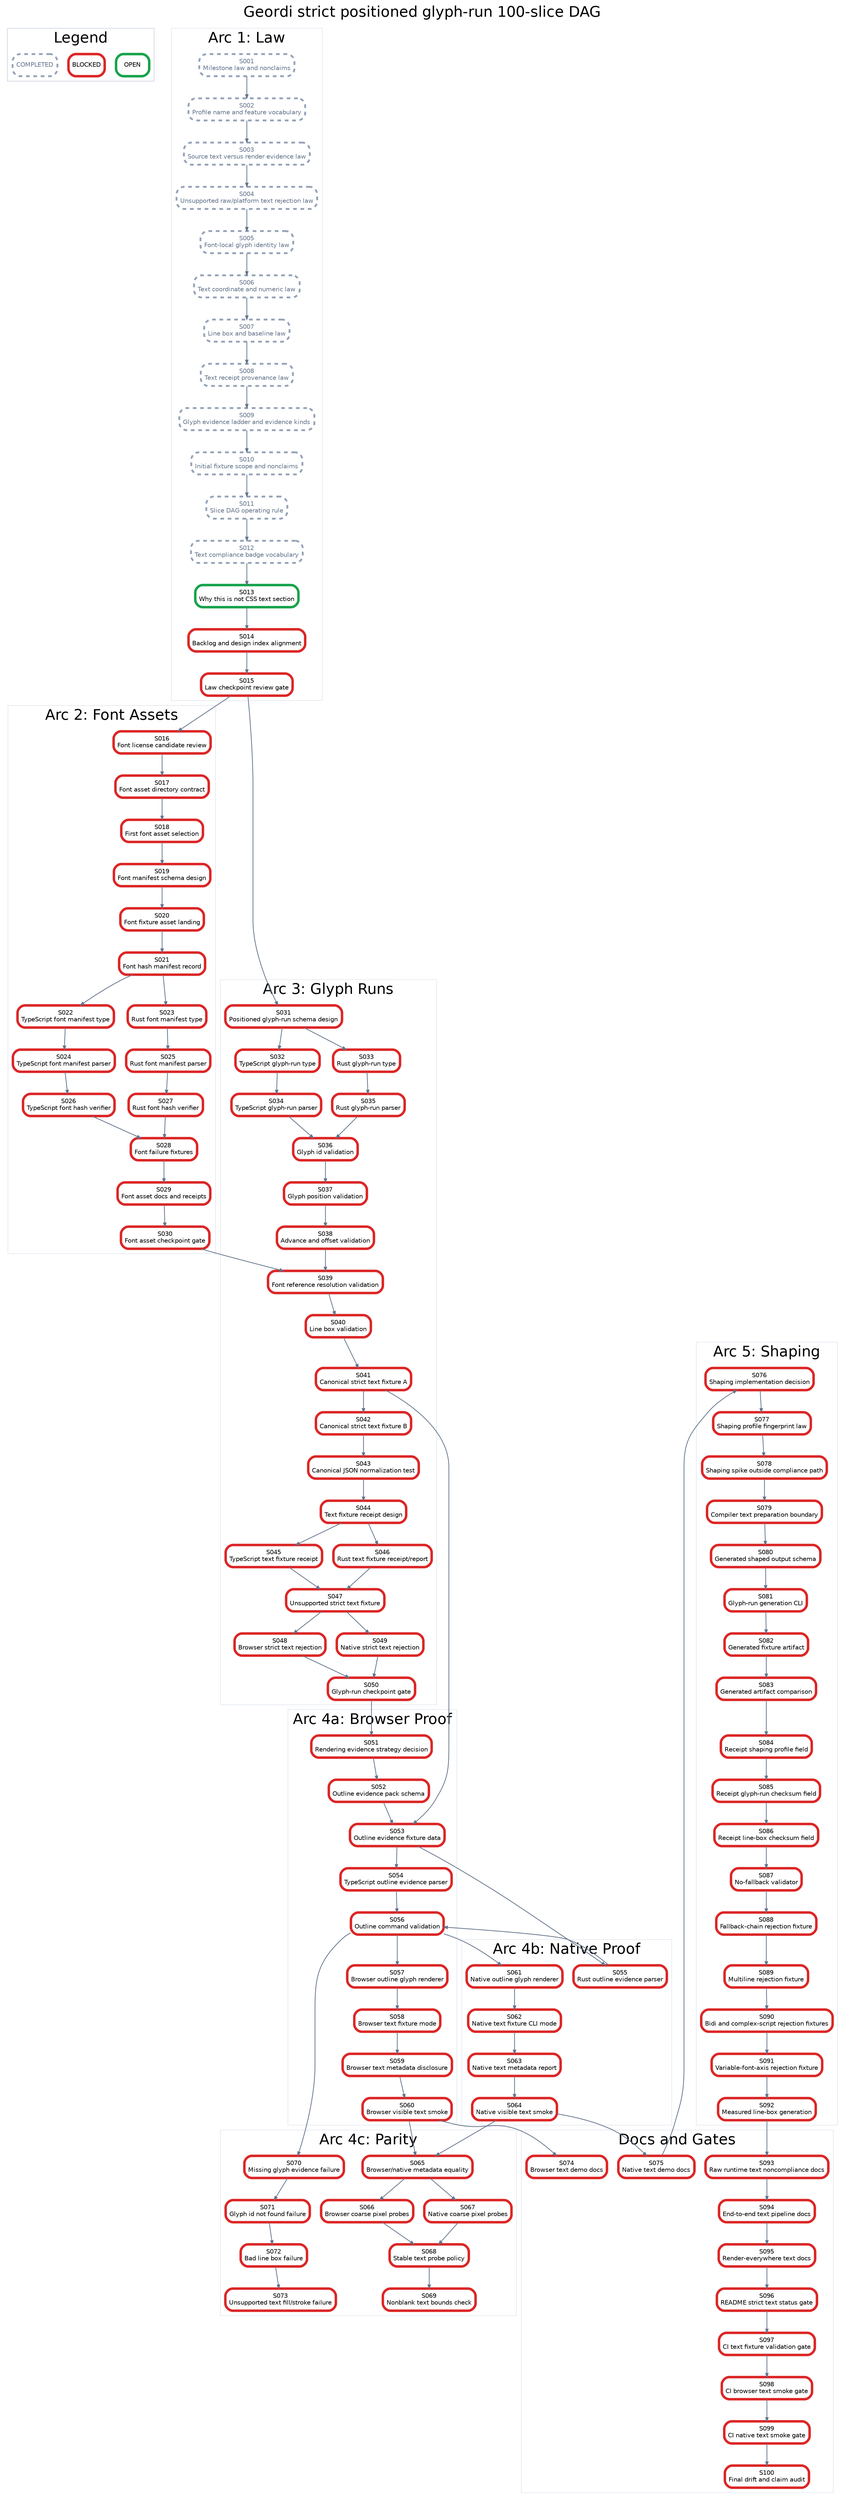
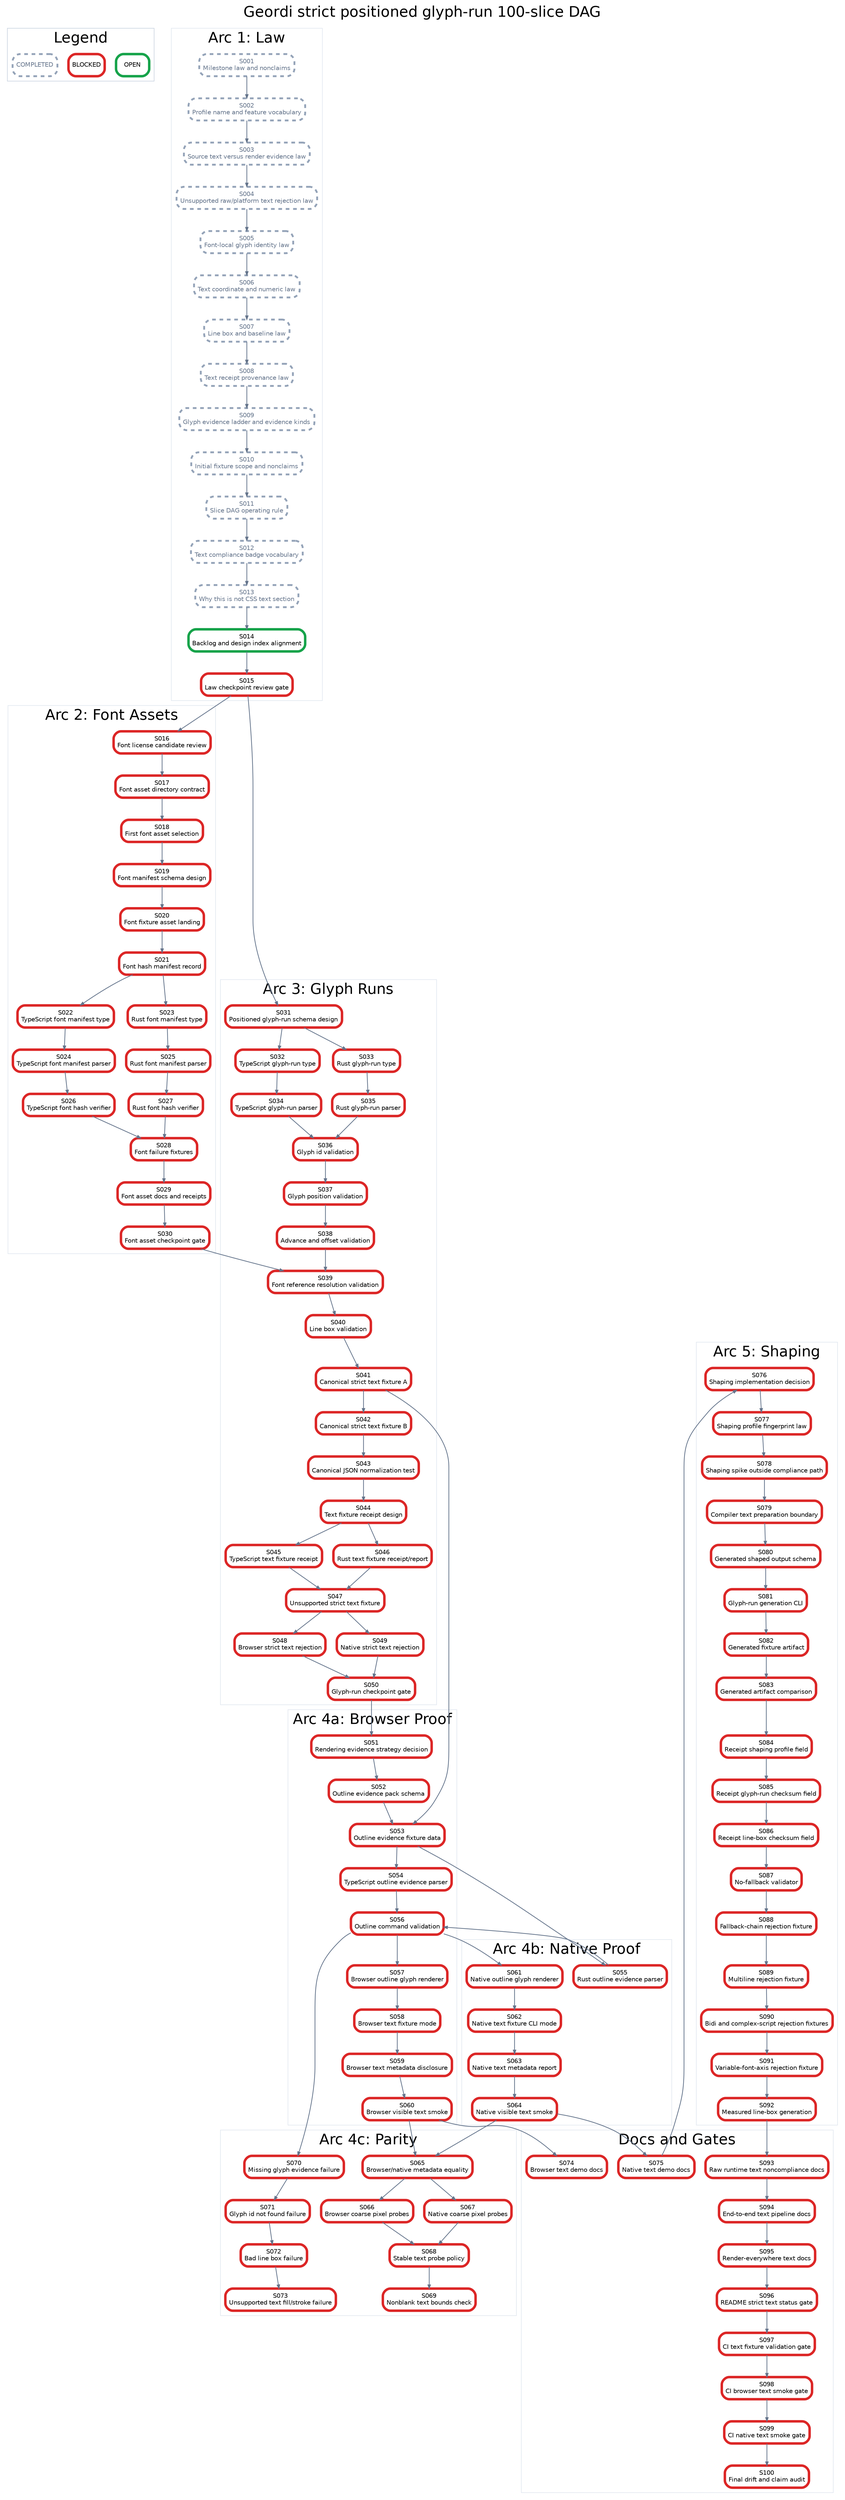
digraph StrictPositionedGlyphRunPlan {
  graph [rankdir=TB, bgcolor="white", fontname="Helvetica", label="Geordi strict positioned glyph-run 100-slice DAG", labelloc="t", fontsize=24];
  node [shape=box, style="rounded,filled", fillcolor="white", fontname="Helvetica", fontsize=10, margin="0.08,0.05"];
  edge [color="#64748b", arrowsize=0.6, penwidth=1.2];

  subgraph cluster_legend {
    label="Legend";
    color="#cbd5e1";
    legend_open [label="OPEN", color="#16a34a", penwidth=4];
    legend_blocked [label="BLOCKED", color="#dc2626", penwidth=4];
    legend_done [label="COMPLETED", color="#94a3b8", penwidth=3, style="rounded,filled,dashed", fontcolor="#64748b"];
  }

  subgraph cluster_law {
    label="Arc 1: Law";
    color="#e2e8f0";
    S001 [label="S001\nMilestone law and nonclaims", color="#94a3b8", penwidth=3, style="rounded,filled,dashed", fontcolor="#64748b"];
    S002 [label="S002\nProfile name and feature vocabulary", color="#94a3b8", penwidth=3, style="rounded,filled,dashed", fontcolor="#64748b"];
    S003 [label="S003\nSource text versus render evidence law", color="#94a3b8", penwidth=3, style="rounded,filled,dashed", fontcolor="#64748b"];
    S004 [label="S004\nUnsupported raw/platform text rejection law", color="#94a3b8", penwidth=3, style="rounded,filled,dashed", fontcolor="#64748b"];
    S005 [label="S005\nFont-local glyph identity law", color="#94a3b8", penwidth=3, style="rounded,filled,dashed", fontcolor="#64748b"];
    S006 [label="S006\nText coordinate and numeric law", color="#94a3b8", penwidth=3, style="rounded,filled,dashed", fontcolor="#64748b"];
    S007 [label="S007\nLine box and baseline law", color="#94a3b8", penwidth=3, style="rounded,filled,dashed", fontcolor="#64748b"];
    S008 [label="S008\nText receipt provenance law", color="#94a3b8", penwidth=3, style="rounded,filled,dashed", fontcolor="#64748b"];
    S009 [label="S009\nGlyph evidence ladder and evidence kinds", color="#94a3b8", penwidth=3, style="rounded,filled,dashed", fontcolor="#64748b"];
    S010 [label="S010\nInitial fixture scope and nonclaims", color="#94a3b8", penwidth=3, style="rounded,filled,dashed", fontcolor="#64748b"];
    S011 [label="S011\nSlice DAG operating rule", color="#94a3b8", penwidth=3, style="rounded,filled,dashed", fontcolor="#64748b"];
    S012 [label="S012\nText compliance badge vocabulary", color="#94a3b8", penwidth=3, style="rounded,filled,dashed", fontcolor="#64748b"];
-     S013 [label="S013\nWhy this is not CSS text section", color="#16a34a", penwidth=4];
-     S014 [label="S014\nBacklog and design index alignment", color="#dc2626", penwidth=4];
+     S013 [label="S013\nWhy this is not CSS text section", color="#94a3b8", penwidth=3, style="rounded,filled,dashed", fontcolor="#64748b"];
+     S014 [label="S014\nBacklog and design index alignment", color="#16a34a", penwidth=4];
    S015 [label="S015\nLaw checkpoint review gate", color="#dc2626", penwidth=4];
  }

  subgraph cluster_assets {
    label="Arc 2: Font Assets";
    color="#e2e8f0";
    S016 [label="S016\nFont license candidate review", color="#dc2626", penwidth=4];
    S017 [label="S017\nFont asset directory contract", color="#dc2626", penwidth=4];
    S018 [label="S018\nFirst font asset selection", color="#dc2626", penwidth=4];
    S019 [label="S019\nFont manifest schema design", color="#dc2626", penwidth=4];
    S020 [label="S020\nFont fixture asset landing", color="#dc2626", penwidth=4];
    S021 [label="S021\nFont hash manifest record", color="#dc2626", penwidth=4];
    S022 [label="S022\nTypeScript font manifest type", color="#dc2626", penwidth=4];
    S023 [label="S023\nRust font manifest type", color="#dc2626", penwidth=4];
    S024 [label="S024\nTypeScript font manifest parser", color="#dc2626", penwidth=4];
    S025 [label="S025\nRust font manifest parser", color="#dc2626", penwidth=4];
    S026 [label="S026\nTypeScript font hash verifier", color="#dc2626", penwidth=4];
    S027 [label="S027\nRust font hash verifier", color="#dc2626", penwidth=4];
    S028 [label="S028\nFont failure fixtures", color="#dc2626", penwidth=4];
    S029 [label="S029\nFont asset docs and receipts", color="#dc2626", penwidth=4];
    S030 [label="S030\nFont asset checkpoint gate", color="#dc2626", penwidth=4];
  }

  subgraph cluster_glyph {
    label="Arc 3: Glyph Runs";
    color="#e2e8f0";
    S031 [label="S031\nPositioned glyph-run schema design", color="#dc2626", penwidth=4];
    S032 [label="S032\nTypeScript glyph-run type", color="#dc2626", penwidth=4];
    S033 [label="S033\nRust glyph-run type", color="#dc2626", penwidth=4];
    S034 [label="S034\nTypeScript glyph-run parser", color="#dc2626", penwidth=4];
    S035 [label="S035\nRust glyph-run parser", color="#dc2626", penwidth=4];
    S036 [label="S036\nGlyph id validation", color="#dc2626", penwidth=4];
    S037 [label="S037\nGlyph position validation", color="#dc2626", penwidth=4];
    S038 [label="S038\nAdvance and offset validation", color="#dc2626", penwidth=4];
    S039 [label="S039\nFont reference resolution validation", color="#dc2626", penwidth=4];
    S040 [label="S040\nLine box validation", color="#dc2626", penwidth=4];
    S041 [label="S041\nCanonical strict text fixture A", color="#dc2626", penwidth=4];
    S042 [label="S042\nCanonical strict text fixture B", color="#dc2626", penwidth=4];
    S043 [label="S043\nCanonical JSON normalization test", color="#dc2626", penwidth=4];
    S044 [label="S044\nText fixture receipt design", color="#dc2626", penwidth=4];
    S045 [label="S045\nTypeScript text fixture receipt", color="#dc2626", penwidth=4];
    S046 [label="S046\nRust text fixture receipt/report", color="#dc2626", penwidth=4];
    S047 [label="S047\nUnsupported strict text fixture", color="#dc2626", penwidth=4];
    S048 [label="S048\nBrowser strict text rejection", color="#dc2626", penwidth=4];
    S049 [label="S049\nNative strict text rejection", color="#dc2626", penwidth=4];
    S050 [label="S050\nGlyph-run checkpoint gate", color="#dc2626", penwidth=4];
  }

  subgraph cluster_browser {
    label="Arc 4a: Browser Proof";
    color="#e2e8f0";
    S051 [label="S051\nRendering evidence strategy decision", color="#dc2626", penwidth=4];
    S052 [label="S052\nOutline evidence pack schema", color="#dc2626", penwidth=4];
    S053 [label="S053\nOutline evidence fixture data", color="#dc2626", penwidth=4];
    S054 [label="S054\nTypeScript outline evidence parser", color="#dc2626", penwidth=4];
    S056 [label="S056\nOutline command validation", color="#dc2626", penwidth=4];
    S057 [label="S057\nBrowser outline glyph renderer", color="#dc2626", penwidth=4];
    S058 [label="S058\nBrowser text fixture mode", color="#dc2626", penwidth=4];
    S059 [label="S059\nBrowser text metadata disclosure", color="#dc2626", penwidth=4];
    S060 [label="S060\nBrowser visible text smoke", color="#dc2626", penwidth=4];
  }

  subgraph cluster_native {
    label="Arc 4b: Native Proof";
    color="#e2e8f0";
    S055 [label="S055\nRust outline evidence parser", color="#dc2626", penwidth=4];
    S061 [label="S061\nNative outline glyph renderer", color="#dc2626", penwidth=4];
    S062 [label="S062\nNative text fixture CLI mode", color="#dc2626", penwidth=4];
    S063 [label="S063\nNative text metadata report", color="#dc2626", penwidth=4];
    S064 [label="S064\nNative visible text smoke", color="#dc2626", penwidth=4];
  }

  subgraph cluster_parity {
    label="Arc 4c: Parity";
    color="#e2e8f0";
    S065 [label="S065\nBrowser/native metadata equality", color="#dc2626", penwidth=4];
    S066 [label="S066\nBrowser coarse pixel probes", color="#dc2626", penwidth=4];
    S067 [label="S067\nNative coarse pixel probes", color="#dc2626", penwidth=4];
    S068 [label="S068\nStable text probe policy", color="#dc2626", penwidth=4];
    S069 [label="S069\nNonblank text bounds check", color="#dc2626", penwidth=4];
    S070 [label="S070\nMissing glyph evidence failure", color="#dc2626", penwidth=4];
    S071 [label="S071\nGlyph id not found failure", color="#dc2626", penwidth=4];
    S072 [label="S072\nBad line box failure", color="#dc2626", penwidth=4];
    S073 [label="S073\nUnsupported text fill/stroke failure", color="#dc2626", penwidth=4];
  }

  subgraph cluster_shaping {
    label="Arc 5: Shaping";
    color="#e2e8f0";
    S076 [label="S076\nShaping implementation decision", color="#dc2626", penwidth=4];
    S077 [label="S077\nShaping profile fingerprint law", color="#dc2626", penwidth=4];
    S078 [label="S078\nShaping spike outside compliance path", color="#dc2626", penwidth=4];
    S079 [label="S079\nCompiler text preparation boundary", color="#dc2626", penwidth=4];
    S080 [label="S080\nGenerated shaped output schema", color="#dc2626", penwidth=4];
    S081 [label="S081\nGlyph-run generation CLI", color="#dc2626", penwidth=4];
    S082 [label="S082\nGenerated fixture artifact", color="#dc2626", penwidth=4];
    S083 [label="S083\nGenerated artifact comparison", color="#dc2626", penwidth=4];
    S084 [label="S084\nReceipt shaping profile field", color="#dc2626", penwidth=4];
    S085 [label="S085\nReceipt glyph-run checksum field", color="#dc2626", penwidth=4];
    S086 [label="S086\nReceipt line-box checksum field", color="#dc2626", penwidth=4];
    S087 [label="S087\nNo-fallback validator", color="#dc2626", penwidth=4];
    S088 [label="S088\nFallback-chain rejection fixture", color="#dc2626", penwidth=4];
    S089 [label="S089\nMultiline rejection fixture", color="#dc2626", penwidth=4];
    S090 [label="S090\nBidi and complex-script rejection fixtures", color="#dc2626", penwidth=4];
    S091 [label="S091\nVariable-font-axis rejection fixture", color="#dc2626", penwidth=4];
    S092 [label="S092\nMeasured line-box generation", color="#dc2626", penwidth=4];
  }

  subgraph cluster_docs {
    label="Docs and Gates";
    color="#e2e8f0";
    S074 [label="S074\nBrowser text demo docs", color="#dc2626", penwidth=4];
    S075 [label="S075\nNative text demo docs", color="#dc2626", penwidth=4];
    S093 [label="S093\nRaw runtime text noncompliance docs", color="#dc2626", penwidth=4];
    S094 [label="S094\nEnd-to-end text pipeline docs", color="#dc2626", penwidth=4];
    S095 [label="S095\nRender-everywhere text docs", color="#dc2626", penwidth=4];
    S096 [label="S096\nREADME strict text status gate", color="#dc2626", penwidth=4];
    S097 [label="S097\nCI text fixture validation gate", color="#dc2626", penwidth=4];
    S098 [label="S098\nCI browser text smoke gate", color="#dc2626", penwidth=4];
    S099 [label="S099\nCI native text smoke gate", color="#dc2626", penwidth=4];
    S100 [label="S100\nFinal drift and claim audit", color="#dc2626", penwidth=4];
  }

  S001 -> S002;
  S002 -> S003;
  S003 -> S004;
  S004 -> S005;
  S005 -> S006;
  S006 -> S007;
  S007 -> S008;
  S008 -> S009;
  S009 -> S010;
  S010 -> S011;
  S011 -> S012;
  S012 -> S013;
  S013 -> S014;
  S014 -> S015;
  S015 -> S016;
  S016 -> S017;
  S017 -> S018;
  S018 -> S019;
  S019 -> S020;
  S020 -> S021;
  S021 -> S022;
  S021 -> S023;
  S022 -> S024;
  S023 -> S025;
  S024 -> S026;
  S025 -> S027;
  S026 -> S028;
  S027 -> S028;
  S028 -> S029;
  S029 -> S030;
  S015 -> S031;
  S031 -> S032;
  S031 -> S033;
  S032 -> S034;
  S033 -> S035;
  S034 -> S036;
  S035 -> S036;
  S036 -> S037;
  S037 -> S038;
  S038 -> S039;
  S039 -> S040;
  S030 -> S039;
  S040 -> S041;
  S041 -> S042;
  S042 -> S043;
  S043 -> S044;
  S044 -> S045;
  S044 -> S046;
  S045 -> S047;
  S046 -> S047;
  S047 -> S048;
  S047 -> S049;
  S048 -> S050;
  S049 -> S050;
  S050 -> S051;
  S051 -> S052;
  S052 -> S053;
  S041 -> S053;
  S053 -> S054;
  S053 -> S055;
  S054 -> S056;
  S055 -> S056;
  S056 -> S057;
  S057 -> S058;
  S058 -> S059;
  S059 -> S060;
  S056 -> S061;
  S061 -> S062;
  S062 -> S063;
  S063 -> S064;
  S060 -> S065;
  S064 -> S065;
  S065 -> S066;
  S065 -> S067;
  S066 -> S068;
  S067 -> S068;
  S068 -> S069;
  S056 -> S070;
  S070 -> S071;
  S071 -> S072;
  S072 -> S073;
  S060 -> S074;
  S064 -> S075;
  S075 -> S076;
  S076 -> S077;
  S077 -> S078;
  S078 -> S079;
  S079 -> S080;
  S080 -> S081;
  S081 -> S082;
  S082 -> S083;
  S083 -> S084;
  S084 -> S085;
  S085 -> S086;
  S086 -> S087;
  S087 -> S088;
  S088 -> S089;
  S089 -> S090;
  S090 -> S091;
  S091 -> S092;
  S092 -> S093;
  S093 -> S094;
  S094 -> S095;
  S095 -> S096;
  S096 -> S097;
  S097 -> S098;
  S098 -> S099;
  S099 -> S100;
}
